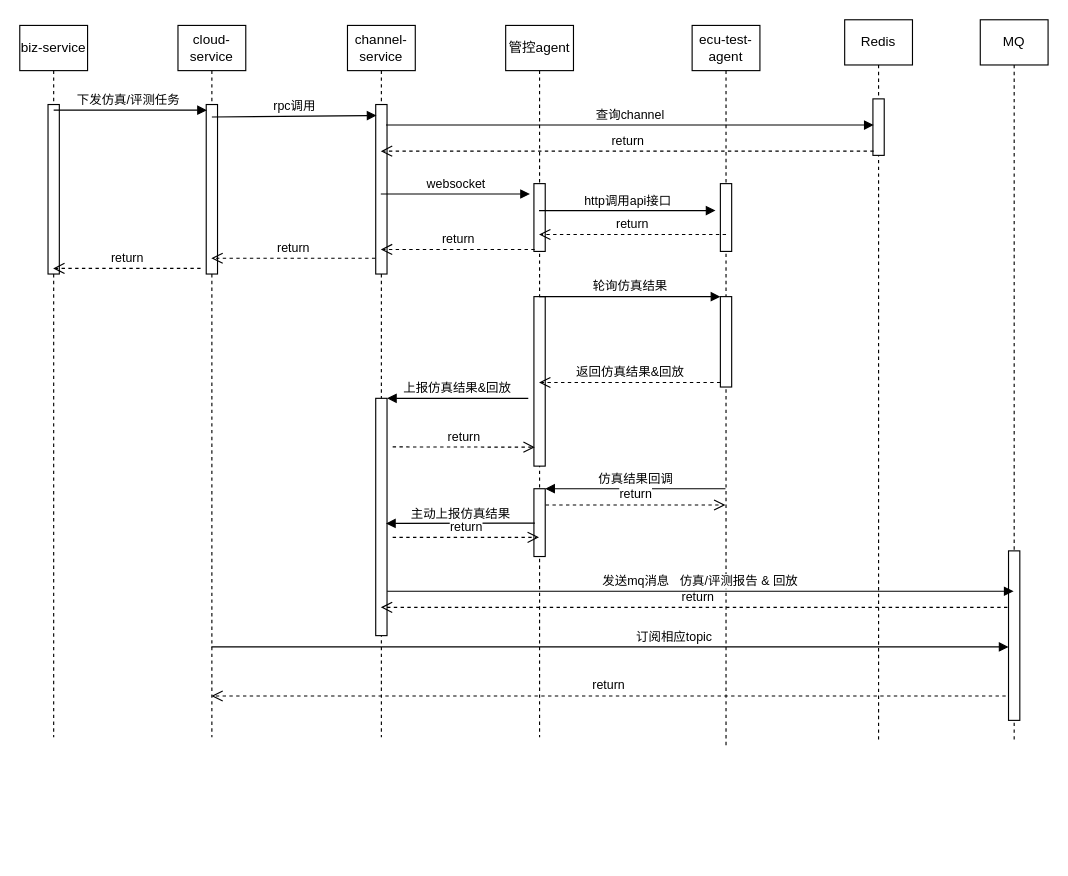
Earlier version of the draw.io diagram page "第 1 页" (2 of 4) of 调度时序图.drawio (adwars/adwars). Source tidied: cells renumbered, new cells numbered last; positions are measured from the earlier drawing's top-left corner, leaving out a move shared by most shapes. Both pictures are drawn from the tidied source at 113%, with x=0, y=0 at pixel (19, 19).
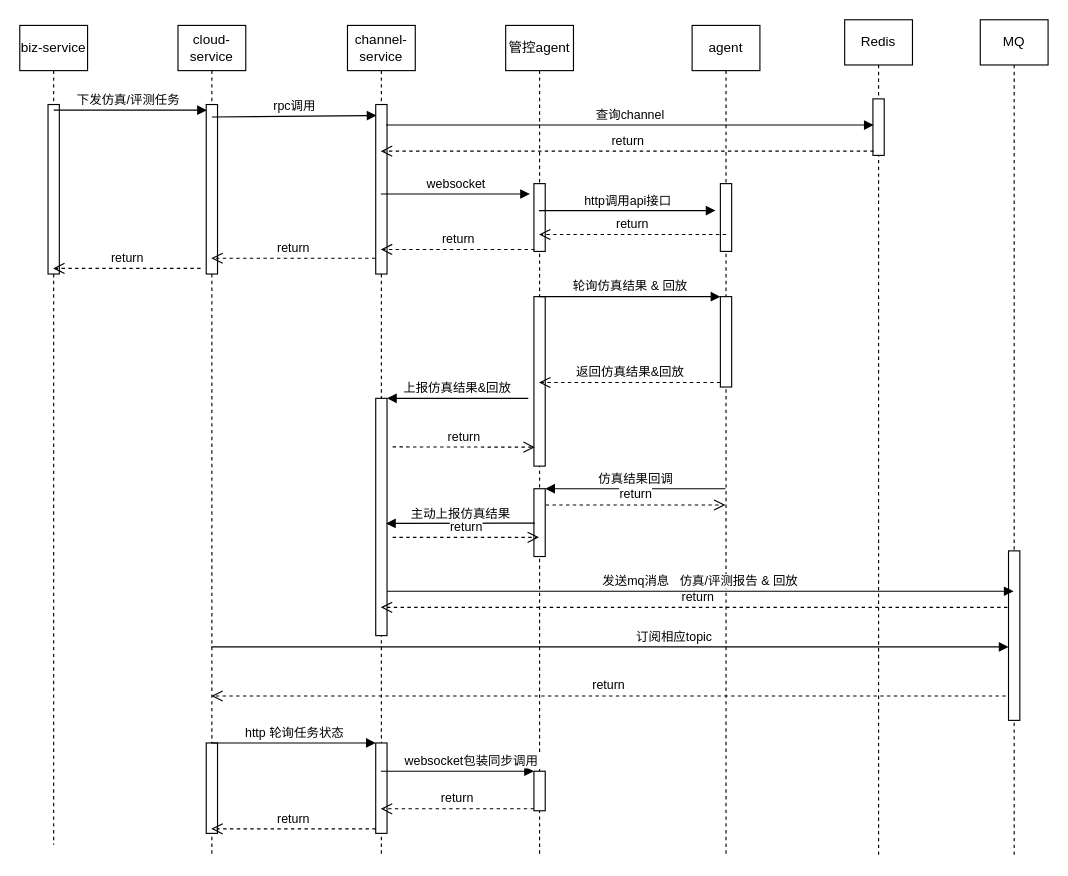
After the change.

The change refers to these unchanged cells:
```xml
<mxCell id="13" style="html=1;points=[];perimeter=orthogonalPerimeter;" parent="11" vertex="1">
  <mxGeometry x="25" y="240" width="10" height="80" as="geometry" />
</mxCell>
```

The edit, as a diff of the source:
```diff
@@
     <mxCell id="2" value="cloud-service" style="shape=umlLifeline;perimeter=lifelinePerimeter;whiteSpace=wrap;html=1;outlineConnect=0;" parent="1" vertex="1">
-      <mxGeometry x="140" y="5" width="60" height="630" as="geometry" />
+      <mxGeometry x="140" y="5" width="60" height="735" as="geometry" />
     </mxCell>
@@
+    <mxCell id="42" style="html=1;perimeter=orthogonalPerimeter;" parent="2" vertex="1">
+      <mxGeometry x="25" y="635" width="10" height="80" as="geometry" />
+    </mxCell>
     <mxCell id="4" value="channel-service" style="shape=umlLifeline;perimeter=lifelinePerimeter;whiteSpace=wrap;html=1;outlineConnect=0;" parent="1" vertex="1">
-      <mxGeometry x="290" y="5" width="60" height="630" as="geometry" />
+      <mxGeometry x="290" y="5" width="60" height="735" as="geometry" />
     </mxCell>
@@
+    <mxCell id="43" style="html=1;points=[];perimeter=orthogonalPerimeter;" parent="4" vertex="1">
+      <mxGeometry x="25" y="635" width="10" height="80" as="geometry" />
+    </mxCell>
     <mxCell id="7" value="管控agent" style="shape=umlLifeline;perimeter=lifelinePerimeter;whiteSpace=wrap;html=1;outlineConnect=0;" parent="1" vertex="1">
-      <mxGeometry x="430" y="5" width="60" height="630" as="geometry" />
+      <mxGeometry x="430" y="5" width="60" height="735" as="geometry" />
     </mxCell>
@@
+    <mxCell id="44" style="html=1;points=[];perimeter=orthogonalPerimeter;" parent="7" vertex="1">
+      <mxGeometry x="25" y="660" width="10" height="35" as="geometry" />
+    </mxCell>
-    <mxCell id="11" value="ecu-test-agent" style="shape=umlLifeline;perimeter=lifelinePerimeter;whiteSpace=wrap;html=1;outlineConnect=0;" parent="1" vertex="1">
-      <mxGeometry x="595" y="5" width="60" height="640" as="geometry" />
+    <mxCell id="11" value="agent" style="shape=umlLifeline;perimeter=lifelinePerimeter;whiteSpace=wrap;html=1;outlineConnect=0;" parent="1" vertex="1">
+      <mxGeometry x="595" y="5" width="60" height="735" as="geometry" />
     </mxCell>
@@
     <mxCell id="14" value="Redis" style="shape=umlLifeline;perimeter=lifelinePerimeter;whiteSpace=wrap;html=1;" parent="1" vertex="1">
-      <mxGeometry x="730" width="60" height="640" as="geometry" />
+      <mxGeometry x="730" width="60" height="740" as="geometry" />
     </mxCell>
@@
-    <mxCell id="22" value="轮询仿真结果" style="html=1;verticalAlign=bottom;endArrow=block;entryX=0;entryY=0;rounded=0;" parent="1" edge="1" source="7" target="13">
+    <mxCell id="22" value="轮询仿真结果 &amp;amp; 回放" style="html=1;verticalAlign=bottom;endArrow=block;entryX=0;entryY=0;rounded=0;" parent="1" edge="1" source="7" target="13">
       <mxGeometry relative="1" as="geometry" />
     </mxCell>
@@
     <mxCell id="33" value="biz-service" style="shape=umlLifeline;perimeter=lifelinePerimeter;whiteSpace=wrap;html=1;outlineConnect=0;" parent="1" vertex="1">
-      <mxGeometry y="5" width="60" height="630" as="geometry" />
+      <mxGeometry y="5" width="60" height="725" as="geometry" />
     </mxCell>
@@
     <mxCell id="37" value="MQ" style="shape=umlLifeline;perimeter=lifelinePerimeter;whiteSpace=wrap;html=1;outlineConnect=0;" parent="1" vertex="1">
-      <mxGeometry x="850" width="60" height="640" as="geometry" />
+      <mxGeometry x="850" width="60" height="740" as="geometry" />
     </mxCell>
@@
+    <mxCell id="45" value="websocket包装同步调用&amp;nbsp;" style="html=1;verticalAlign=bottom;endArrow=block;entryX=0;entryY=0;rounded=0;startSize=6;endSize=6;" parent="1" edge="1" source="4" target="44">
+      <mxGeometry x="0.19" relative="1" as="geometry" />
+    </mxCell>
+    <mxCell id="46" value="return" style="html=1;verticalAlign=bottom;endArrow=open;dashed=1;endSize=8;exitX=0;exitY=0.95;rounded=0;" parent="1" edge="1" source="44" target="4">
+      <mxGeometry relative="1" as="geometry" />
+    </mxCell>
+    <mxCell id="47" value="http 轮询任务状态" style="html=1;verticalAlign=bottom;endArrow=block;entryX=0;entryY=0;rounded=0;startSize=6;endSize=6;" parent="1" edge="1" source="2" target="43">
+      <mxGeometry relative="1" as="geometry" />
+    </mxCell>
+    <mxCell id="48" value="return" style="html=1;verticalAlign=bottom;endArrow=open;dashed=1;endSize=8;exitX=0;exitY=0.95;rounded=0;" parent="1" edge="1" source="43" target="2">
+      <mxGeometry relative="1" as="geometry" />
+    </mxCell>
```
